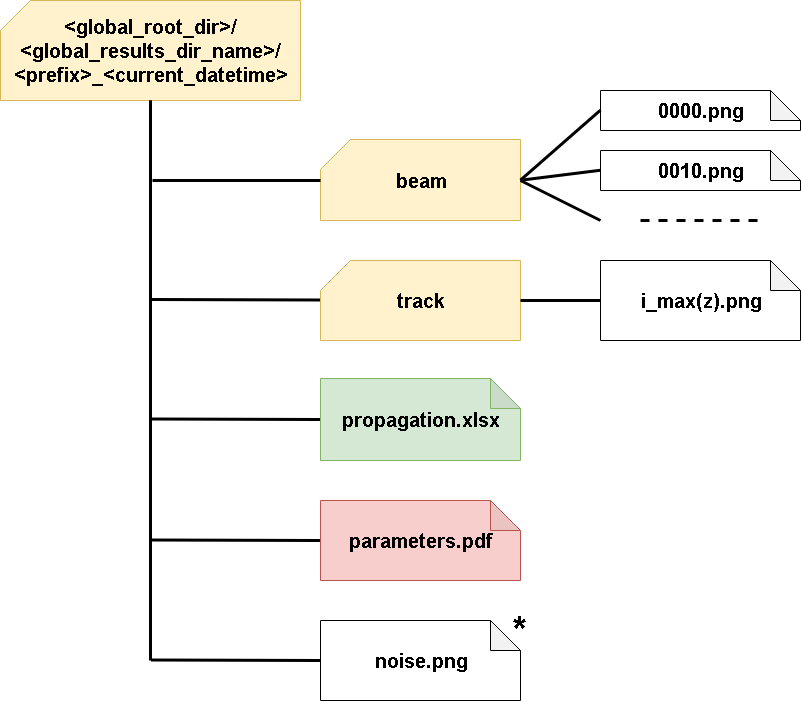
Before: resources/wiki/process/folders.png, a diagram exported from draw.io (VasilyevEvgeny/self-focusing). Source tidied: cells renumbered, new cells last; positions are measured from the earlier drawing's top-left corner, leaving out a move shared by most shapes. Source of this version:
```xml
<mxGraphModel background="#ffffff">
  <root>
    <mxCell id="0" />
    <mxCell id="1" parent="0" />
    <mxCell id="2" value="&lt;font size=&quot;1&quot;&gt;&lt;b style=&quot;font-size: 20px&quot;&gt;beam&lt;/b&gt;&lt;/font&gt;" style="shape=card;whiteSpace=wrap;html=1;fillColor=#fff2cc;strokeColor=#d6b656;" parent="1" vertex="1">
      <mxGeometry x="320" y="139" width="200" height="81" as="geometry" />
    </mxCell>
    <mxCell id="3" value="&lt;font style=&quot;font-size: 20px&quot;&gt;&lt;b&gt;track&lt;/b&gt;&lt;/font&gt;" style="shape=card;whiteSpace=wrap;html=1;fillColor=#fff2cc;strokeColor=#d6b656;" parent="1" vertex="1">
      <mxGeometry x="320" y="260" width="200" height="80" as="geometry" />
    </mxCell>
    <mxCell id="4" value="&lt;font style=&quot;font-size: 20px&quot;&gt;&lt;b&gt;propagation.xlsx&lt;/b&gt;&lt;/font&gt;" style="shape=note;whiteSpace=wrap;html=1;backgroundOutline=1;darkOpacity=0.05;fillColor=#d5e8d4;strokeColor=#82b366;" parent="1" vertex="1">
      <mxGeometry x="320" y="378" width="200" height="82" as="geometry" />
    </mxCell>
    <mxCell id="5" value="&lt;b&gt;&lt;font style=&quot;font-size: 20px&quot;&gt;parameters.pdf&lt;/font&gt;&lt;/b&gt;" style="shape=note;whiteSpace=wrap;html=1;backgroundOutline=1;darkOpacity=0.05;fillColor=#f8cecc;strokeColor=#b85450;" parent="1" vertex="1">
      <mxGeometry x="320" y="500" width="200" height="80" as="geometry" />
    </mxCell>
    <mxCell id="6" value="&lt;b&gt;&lt;font style=&quot;font-size: 20px&quot;&gt;noise.png&lt;/font&gt;&lt;/b&gt;" style="shape=note;whiteSpace=wrap;html=1;backgroundOutline=1;darkOpacity=0.05;" parent="1" vertex="1">
      <mxGeometry x="320" y="620" width="200" height="80" as="geometry" />
    </mxCell>
    <mxCell id="7" value="&lt;span style=&quot;font-size: 20px&quot;&gt;&lt;b&gt;&amp;lt;global_root_dir&amp;gt;/&lt;br&gt;&amp;lt;global_results_dir_name&amp;gt;/&lt;br&gt;&amp;lt;prefix&amp;gt;_&amp;lt;current_datetime&amp;gt;&lt;/b&gt;&lt;/span&gt;" style="shape=card;whiteSpace=wrap;html=1;fillColor=#fff2cc;strokeColor=#d6b656;" parent="1" vertex="1">
      <mxGeometry width="300" height="100" as="geometry" />
    </mxCell>
    <mxCell id="8" style="endArrow=none;html=1;entryX=0.5;entryY=1;entryDx=0;entryDy=0;entryPerimeter=0;strokeWidth=3;" parent="1" edge="1" target="7">
      <mxGeometry relative="1" as="geometry">
        <mxPoint x="150" y="660" as="sourcePoint" />
      </mxGeometry>
    </mxCell>
    <mxCell id="9" style="endArrow=none;html=1;strokeWidth=3;" parent="1" edge="1">
      <mxGeometry relative="1" as="geometry">
        <mxPoint x="152" y="180" as="sourcePoint" />
        <mxPoint x="320" y="180" as="targetPoint" />
      </mxGeometry>
    </mxCell>
    <mxCell id="10" style="endArrow=none;html=1;strokeWidth=3;entryX=0;entryY=0;entryDx=0;entryDy=65;entryPerimeter=0;" parent="1" edge="1">
      <mxGeometry relative="1" as="geometry">
        <mxPoint x="150" y="299" as="sourcePoint" />
        <mxPoint x="319.5" y="299.5" as="targetPoint" />
      </mxGeometry>
    </mxCell>
    <mxCell id="11" style="endArrow=none;html=1;strokeWidth=3;entryX=0;entryY=0;entryDx=0;entryDy=65;entryPerimeter=0;" parent="1" edge="1">
      <mxGeometry relative="1" as="geometry">
        <mxPoint x="150" y="418.5" as="sourcePoint" />
        <mxPoint x="319.5" y="419" as="targetPoint" />
      </mxGeometry>
    </mxCell>
    <mxCell id="12" style="endArrow=none;html=1;strokeWidth=3;entryX=0;entryY=0;entryDx=0;entryDy=65;entryPerimeter=0;" parent="1" edge="1">
      <mxGeometry relative="1" as="geometry">
        <mxPoint x="150" y="539.5" as="sourcePoint" />
        <mxPoint x="319.5" y="540" as="targetPoint" />
      </mxGeometry>
    </mxCell>
    <mxCell id="13" style="endArrow=none;html=1;strokeWidth=3;entryX=0;entryY=0;entryDx=0;entryDy=65;entryPerimeter=0;" parent="1" edge="1">
      <mxGeometry relative="1" as="geometry">
        <mxPoint x="150.5" y="659.5" as="sourcePoint" />
        <mxPoint x="320" y="660" as="targetPoint" />
      </mxGeometry>
    </mxCell>
    <mxCell id="14" value="&lt;b&gt;&lt;font style=&quot;font-size: 20px&quot;&gt;0000.png&lt;/font&gt;&lt;/b&gt;" style="shape=note;whiteSpace=wrap;html=1;backgroundOutline=1;darkOpacity=0.05;" parent="1" vertex="1">
      <mxGeometry x="600" y="90" width="200" height="40" as="geometry" />
    </mxCell>
    <mxCell id="15" value="&lt;b&gt;&lt;font style=&quot;font-size: 20px&quot;&gt;0010.png&lt;/font&gt;&lt;/b&gt;" style="shape=note;whiteSpace=wrap;html=1;backgroundOutline=1;darkOpacity=0.05;" parent="1" vertex="1">
      <mxGeometry x="600" y="150" width="200" height="40" as="geometry" />
    </mxCell>
    <mxCell id="16" value="&lt;b&gt;&lt;font style=&quot;font-size: 20px&quot;&gt;i_max(z).png&lt;/font&gt;&lt;/b&gt;" style="shape=note;whiteSpace=wrap;html=1;backgroundOutline=1;darkOpacity=0.05;" parent="1" vertex="1">
      <mxGeometry x="600" y="260" width="200" height="80" as="geometry" />
    </mxCell>
    <mxCell id="17" style="endArrow=none;dashed=1;html=1;strokeWidth=3;" parent="1" edge="1">
      <mxGeometry relative="1" as="geometry">
        <mxPoint x="640" y="220" as="sourcePoint" />
        <mxPoint x="760" y="220" as="targetPoint" />
      </mxGeometry>
    </mxCell>
    <mxCell id="18" style="endArrow=none;html=1;strokeWidth=3;" parent="1" edge="1">
      <mxGeometry relative="1" as="geometry">
        <mxPoint x="520" y="300" as="sourcePoint" />
        <mxPoint x="600" y="300" as="targetPoint" />
      </mxGeometry>
    </mxCell>
    <mxCell id="19" style="endArrow=none;html=1;strokeWidth=3;exitX=1;exitY=0.5;exitDx=0;exitDy=0;exitPerimeter=0;entryX=0;entryY=0.5;entryDx=0;entryDy=0;entryPerimeter=0;" parent="1" edge="1" source="2" target="14">
      <mxGeometry relative="1" as="geometry" />
    </mxCell>
    <mxCell id="20" style="endArrow=none;html=1;strokeWidth=3;exitX=1;exitY=0.5;exitDx=0;exitDy=0;exitPerimeter=0;entryX=0;entryY=0.5;entryDx=0;entryDy=0;entryPerimeter=0;" parent="1" edge="1" source="2" target="15">
      <mxGeometry relative="1" as="geometry" />
    </mxCell>
    <mxCell id="21" style="endArrow=none;html=1;strokeWidth=3;" parent="1" edge="1">
      <mxGeometry relative="1" as="geometry">
        <mxPoint x="520" y="180" as="sourcePoint" />
        <mxPoint x="600" y="220" as="targetPoint" />
      </mxGeometry>
    </mxCell>
    <mxCell id="22" value="&lt;font size=&quot;1&quot;&gt;&lt;b style=&quot;font-size: 40px&quot;&gt;*&lt;/b&gt;&lt;/font&gt;" style="text;html=1;strokeColor=none;fillColor=none;align=center;verticalAlign=middle;whiteSpace=wrap;rounded=0;" parent="1" vertex="1">
      <mxGeometry x="500" y="620" width="40" height="20" as="geometry" />
    </mxCell>
  </root>
</mxGraphModel>
```
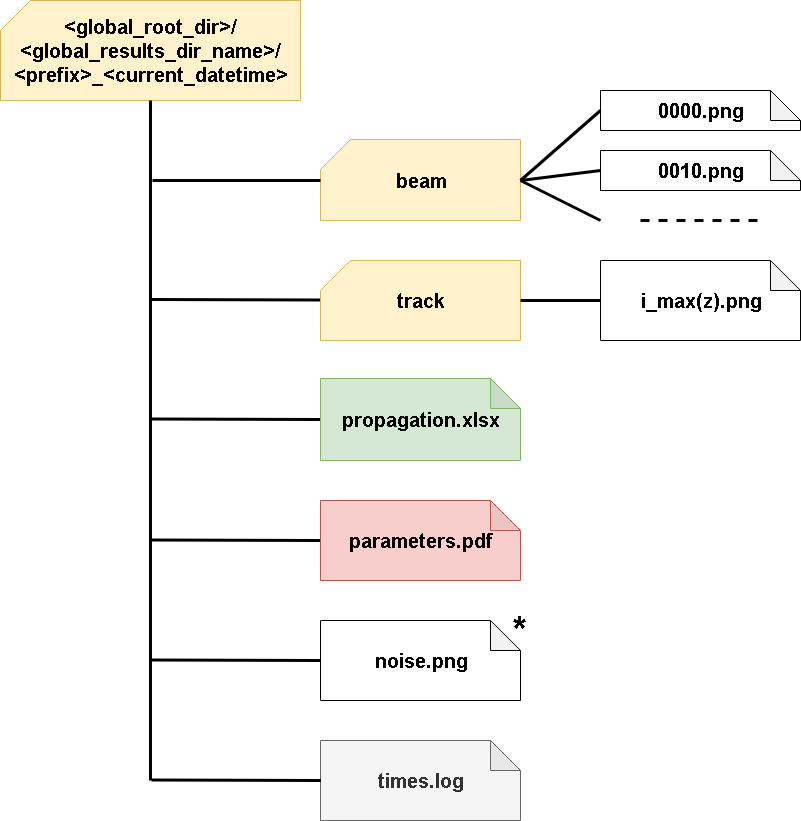
After the commit.

Diff of the diagram source:
```diff
@@ -22,7 +22,7 @@
     </mxCell>
     <mxCell id="8" style="endArrow=none;html=1;entryX=0.5;entryY=1;entryDx=0;entryDy=0;entryPerimeter=0;strokeWidth=3;" parent="1" edge="1" target="7">
       <mxGeometry relative="1" as="geometry">
-        <mxPoint x="150" y="660" as="sourcePoint" />
+        <mxPoint x="150" y="780" as="sourcePoint" />
       </mxGeometry>
     </mxCell>
     <mxCell id="9" style="endArrow=none;html=1;strokeWidth=3;" parent="1" edge="1">
@@ -91,5 +91,14 @@
     <mxCell id="22" value="&lt;font size=&quot;1&quot;&gt;&lt;b style=&quot;font-size: 40px&quot;&gt;*&lt;/b&gt;&lt;/font&gt;" style="text;html=1;strokeColor=none;fillColor=none;align=center;verticalAlign=middle;whiteSpace=wrap;rounded=0;" parent="1" vertex="1">
       <mxGeometry x="500" y="620" width="40" height="20" as="geometry" />
     </mxCell>
+    <mxCell id="23" value="&lt;b&gt;&lt;font style=&quot;font-size: 20px&quot;&gt;times.log&lt;/font&gt;&lt;/b&gt;" style="shape=note;whiteSpace=wrap;html=1;backgroundOutline=1;darkOpacity=0.05;fillColor=#f5f5f5;strokeColor=#666666;fontColor=#333333;" parent="1" vertex="1">
+      <mxGeometry x="320" y="740" width="200" height="80" as="geometry" />
+    </mxCell>
+    <mxCell id="24" style="endArrow=none;html=1;strokeWidth=3;entryX=0;entryY=0;entryDx=0;entryDy=65;entryPerimeter=0;" parent="1" edge="1">
+      <mxGeometry relative="1" as="geometry">
+        <mxPoint x="151" y="779.5" as="sourcePoint" />
+        <mxPoint x="320.5" y="780" as="targetPoint" />
+      </mxGeometry>
+    </mxCell>
   </root>
 </mxGraphModel>
```
